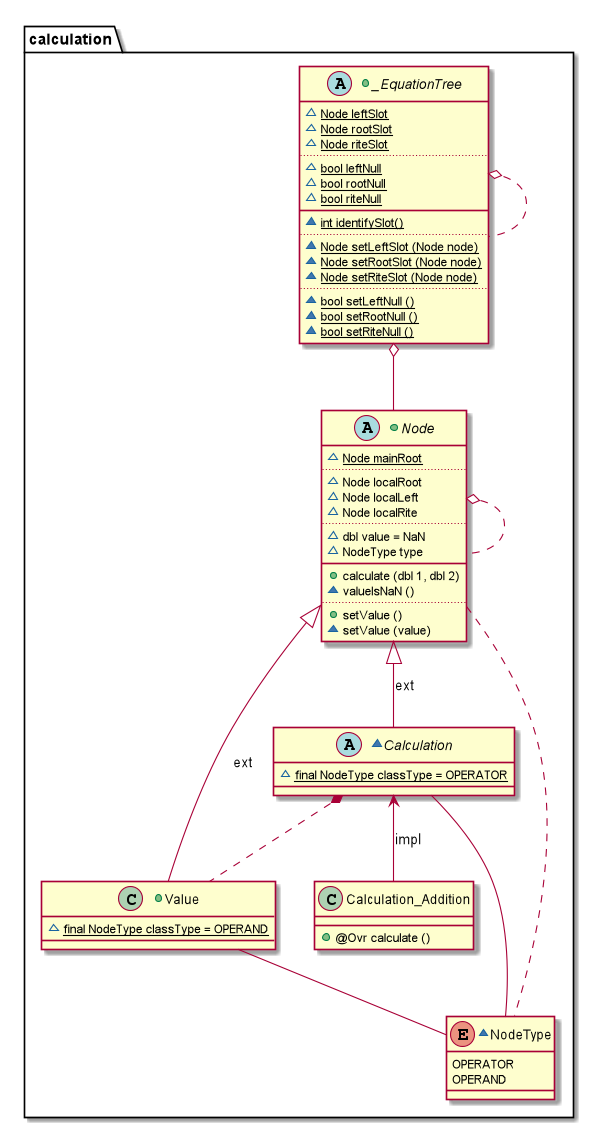
vitalispopoff/calculator keeps this PlantUML diagram as src/main/resources/static/package_calculation_structure.png. Above is the earlier version. Source of this version:
```plantuml
@startuml

package calculation{

+abstract _EquationTree{
~{static} Node leftSlot
~{static} Node rootSlot
~{static} Node riteSlot
..
~{static} bool leftNull
~{static} bool rootNull
~{static} bool riteNull
__
~{method}{static} int identifySlot()
..
~{method}{static} Node setLeftSlot (Node node)
~{method}{static} Node setRootSlot (Node node)
~{method}{static} Node setRiteSlot (Node node)
..
~{method}{static} bool setLeftNull ()
~{method}{static} bool setRootNull ()
~{method}{static} bool setRiteNull ()
}

+abstract Node{
~{static} Node mainRoot
..
~{field} Node localRoot
~{field} Node localLeft
~{field} Node localRite
..
~{field} dbl value = NaN
~{field} NodeType type
__
+{method}calculate (dbl 1, dbl 2)
~{method} valueIsNaN ()
..
+{method} setValue ()
~{method} setValue (value)
}



+class Value{
~{static} final NodeType classType = OPERAND
}

~abstract Calculation{
~{static} final NodeType classType = OPERATOR
}

class Calculation_Addition{
+{method} @Ovr calculate ()
}

~enum NodeType{
OPERATOR
OPERAND
}

}



_EquationTree o.. _EquationTree
_EquationTree o-- Node
Node o.. Node
Node .. NodeType
Node <|--Value : ext
Node <|-- Calculation : ext
Calculation <--Calculation_Addition : impl
Calculation *.. Value
Calculation -- NodeType
Value -- NodeType



@enduml
```
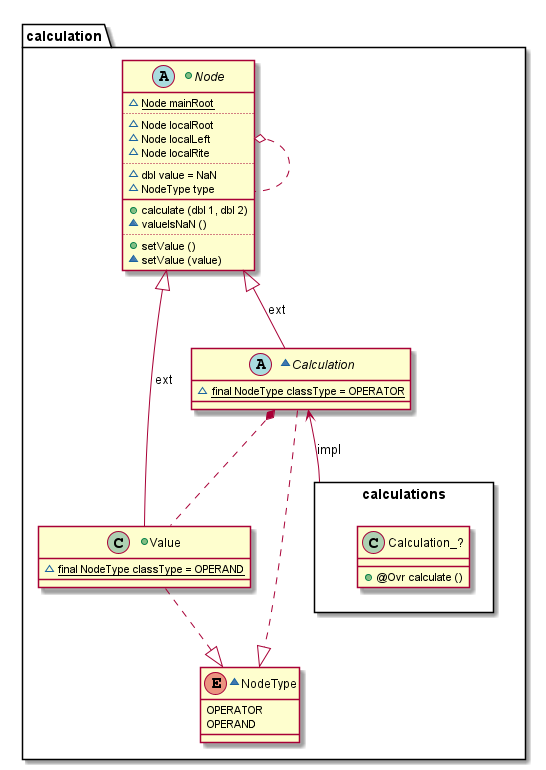
The same file after the commit.

Change to the diagram source:
```diff
@@ -2,77 +2,49 @@
 
 package calculation{
 
-+abstract _EquationTree{
-~{static} Node leftSlot
-~{static} Node rootSlot
-~{static} Node riteSlot
-..
-~{static} bool leftNull
-~{static} bool rootNull
-~{static} bool riteNull
-__
-~{method}{static} int identifySlot()
-..
-~{method}{static} Node setLeftSlot (Node node)
-~{method}{static} Node setRootSlot (Node node)
-~{method}{static} Node setRiteSlot (Node node)
-..
-~{method}{static} bool setLeftNull ()
-~{method}{static} bool setRootNull ()
-~{method}{static} bool setRiteNull ()
+    +abstract Node{
+            ~{static} Node mainRoot
+        ..
+            ~{field} Node localRoot
+            ~{field} Node localLeft
+            ~{field} Node localRite
+        ..
+            ~{field} dbl value = NaN
+            ~{field} NodeType type
+        __
+            +{method}calculate (dbl 1, dbl 2)
+            ~{method} valueIsNaN ()
+        ..
+            +{method} setValue ()
+            ~{method} setValue (value)
+    }
+
+    +class Value{
+            ~{static} final NodeType classType = OPERAND
+    }
+
+    ~abstract Calculation{
+            ~{static} final NodeType classType = OPERATOR
+    }
+
+    package calculations <<Rectangle>> {
+        class Calculation_?{
+            +{method} @Ovr calculate ()
+        }
+    }
+
+    ~enum NodeType{
+            OPERATOR
+            OPERAND
+    }
 }
 
-+abstract Node{
-~{static} Node mainRoot
-..
-~{field} Node localRoot
-~{field} Node localLeft
-~{field} Node localRite
-..
-~{field} dbl value = NaN
-~{field} NodeType type
-__
-+{method}calculate (dbl 1, dbl 2)
-~{method} valueIsNaN ()
-..
-+{method} setValue ()
-~{method} setValue (value)
-}
-
-
-
-+class Value{
-~{static} final NodeType classType = OPERAND
-}
-
-~abstract Calculation{
-~{static} final NodeType classType = OPERATOR
-}
-
-class Calculation_Addition{
-+{method} @Ovr calculate ()
-}
-
-~enum NodeType{
-OPERATOR
-OPERAND
-}
-
-}
-
-
-
-_EquationTree o.. _EquationTree
-_EquationTree o-- Node
-Node o.. Node
-Node .. NodeType
-Node <|--Value : ext
-Node <|-- Calculation : ext
-Calculation <--Calculation_Addition : impl
-Calculation *.. Value
-Calculation -- NodeType
-Value -- NodeType
-
-
+    Node            o..     Node
+    Node            <|--    Value                   : ext
+    Node            <|--    Calculation             : ext
+    Calculation     <--     calculations    : impl
+    Calculation     *..     Value
+    Calculation     ..|>      NodeType
+    Value           ..|>      NodeType
 
 @enduml
```
